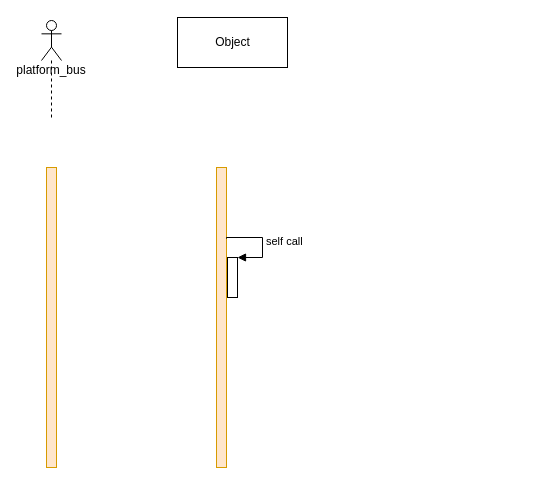
This is alsa 驱动分析（一）.drawio from Vinson-001/Blog-flow-chart, a draw.io file, before an edit. Source tidied: cells renumbered, new cells numbered last; positions are measured from the earlier drawing's top-left corner, leaving out a move shared by most shapes. Both pictures are drawn from the tidied source at 100%, with x=0, y=0 at pixel (41, 17).
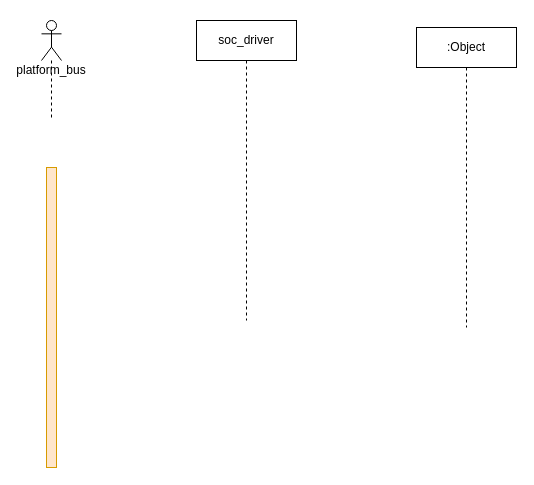
The same diagram, later.

Commit message (it also covers changes not shown here):
更新alsa 驱动分析（一）.drawio

The edit, as a diff of the source:
```diff
@@
 <mxGraphModel>
   <root>
     <mxCell id="0" />
     <mxCell id="1" parent="0" />
     <mxCell id="2" style="html=1;perimeter=orthogonalPerimeter;fillColor=#ffe6cc;strokeColor=#d79b00;" parent="1" vertex="1">
       <mxGeometry x="5" y="150" width="10" height="300" as="geometry" />
     </mxCell>
-    <mxCell id="3" style="html=1;points=[];perimeter=orthogonalPerimeter;fillColor=#ffe6cc;strokeColor=#d79b00;" parent="1" vertex="1">
-      <mxGeometry x="175" y="150" width="10" height="300" as="geometry" />
-    </mxCell>
-    <mxCell id="4" value="Object" style="html=1;" parent="1" vertex="1">
-      <mxGeometry x="136" width="110" height="50" as="geometry" />
-    </mxCell>
-    <mxCell id="5" style="html=1;points=[];perimeter=orthogonalPerimeter;" parent="1" vertex="1">
-      <mxGeometry x="186" y="240" width="10" height="40" as="geometry" />
-    </mxCell>
-    <mxCell id="6" value="self call" style="edgeStyle=orthogonalEdgeStyle;html=1;align=left;spacingLeft=2;endArrow=block;rounded=0;entryX=1;entryY=0;exitX=1;exitY=0.237;exitDx=0;exitDy=0;exitPerimeter=0;" parent="1" edge="1" source="3" target="5">
-      <mxGeometry relative="1" as="geometry">
-        <Array as="points">
-          <mxPoint x="185" y="220" />
-          <mxPoint x="221" y="220" />
-          <mxPoint x="221" y="240" />
-        </Array>
-      </mxGeometry>
-    </mxCell>
     <mxCell id="7" value="platform_bus" style="shape=umlLifeline;participant=umlActor;perimeter=lifelinePerimeter;whiteSpace=wrap;html=1;verticalAlign=top;spacingTop=36;" parent="1" vertex="1">
       <mxGeometry y="3" width="20" height="100" as="geometry" />
     </mxCell>
+    <mxCell id="8" value="soc_driver" style="shape=umlLifeline;perimeter=lifelinePerimeter;whiteSpace=wrap;html=1;" parent="1" vertex="1">
+      <mxGeometry x="155" y="3" width="100" height="300" as="geometry" />
+    </mxCell>
+    <mxCell id="9" value=":Object" style="shape=umlLifeline;perimeter=lifelinePerimeter;whiteSpace=wrap;html=1;" parent="1" vertex="1">
+      <mxGeometry x="375" y="10" width="100" height="300" as="geometry" />
+    </mxCell>
   </root>
 </mxGraphModel>
```
